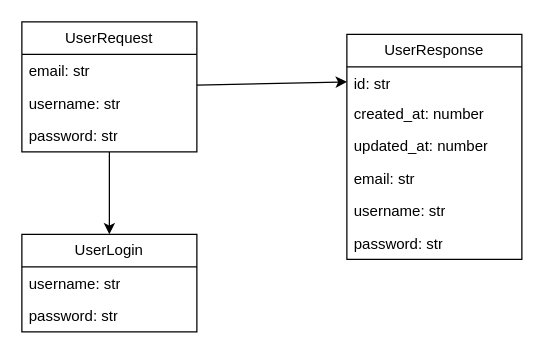
The draw.io diagram docs/api.drawio in yoshtempest/manhwa-library, before the edit. Source tidied: cells renumbered, new cells numbered last; positions are measured from the earlier drawing's top-left corner, leaving out a move shared by most shapes. Both pictures are drawn from the tidied source at 125%, with x=0, y=0 at pixel (21, 21).
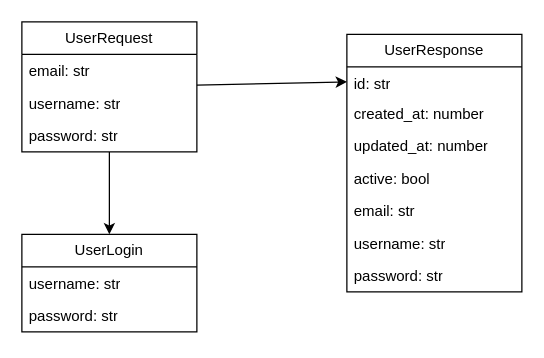
After the change.

Commit message (it also covers changes not shown here):
new: Commenting about the code and drawing the api

The edit, as a diff of the source:
```diff
@@
 <mxGraphModel>
   <root>
     <mxCell id="0" />
     <mxCell id="1" parent="0" />
     <mxCell id="2" style="edgeStyle=none;html=1;" parent="1" edge="1" source="4" target="15">
       <mxGeometry relative="1" as="geometry" />
     </mxCell>
     <mxCell id="3" style="edgeStyle=none;html=1;entryX=0;entryY=0.5;entryDx=0;entryDy=0;" parent="1" edge="1" source="4" target="9">
       <mxGeometry relative="1" as="geometry" />
     </mxCell>
     <mxCell id="4" value="UserRequest" style="swimlane;fontStyle=0;horizontal=1;startSize=26;fillColor=none;whiteSpace=wrap;html=1;" parent="1" vertex="1">
       <mxGeometry width="140" height="104" as="geometry" />
     </mxCell>
     <mxCell id="5" value="email: str" style="text;strokeColor=none;fillColor=none;align=left;verticalAlign=top;spacingLeft=4;spacingRight=4;overflow=hidden;whiteSpace=wrap;html=1;" parent="4" vertex="1">
       <mxGeometry y="26" width="140" height="26" as="geometry" />
     </mxCell>
     <mxCell id="6" value="username: str" style="text;strokeColor=none;fillColor=none;align=left;verticalAlign=top;spacingLeft=4;spacingRight=4;overflow=hidden;whiteSpace=wrap;html=1;" parent="4" vertex="1">
       <mxGeometry y="52" width="140" height="26" as="geometry" />
     </mxCell>
     <mxCell id="7" value="password: str" style="text;strokeColor=none;fillColor=none;align=left;verticalAlign=top;spacingLeft=4;spacingRight=4;overflow=hidden;whiteSpace=wrap;html=1;" parent="4" vertex="1">
       <mxGeometry y="78" width="140" height="26" as="geometry" />
     </mxCell>
     <mxCell id="8" value="UserResponse" style="swimlane;fontStyle=0;horizontal=1;startSize=26;fillColor=none;whiteSpace=wrap;html=1;" parent="1" vertex="1">
-      <mxGeometry x="260" y="10" width="140" height="180" as="geometry" />
+      <mxGeometry x="260" y="10" width="140" height="206" as="geometry" />
     </mxCell>
     <mxCell id="9" value="id: str" style="text;strokeColor=none;fillColor=none;align=left;verticalAlign=top;spacingLeft=4;spacingRight=4;overflow=hidden;points=[[0,0.5],[1,0.5]];portConstraint=eastwest;whiteSpace=wrap;html=1;" parent="8" vertex="1">
       <mxGeometry y="26" width="140" height="24" as="geometry" />
     </mxCell>
     <mxCell id="10" value="created_at: number" style="text;strokeColor=none;fillColor=none;align=left;verticalAlign=top;spacingLeft=4;spacingRight=4;overflow=hidden;whiteSpace=wrap;html=1;" parent="8" vertex="1">
       <mxGeometry y="50" width="140" height="26" as="geometry" />
     </mxCell>
     <mxCell id="11" value="updated_at: number" style="text;strokeColor=none;fillColor=none;align=left;verticalAlign=top;spacingLeft=4;spacingRight=4;overflow=hidden;whiteSpace=wrap;html=1;" parent="8" vertex="1">
       <mxGeometry y="76" width="140" height="26" as="geometry" />
     </mxCell>
+    <mxCell id="18" value="active: bool" style="text;strokeColor=none;fillColor=none;align=left;verticalAlign=top;spacingLeft=4;spacingRight=4;overflow=hidden;whiteSpace=wrap;html=1;" parent="8" vertex="1">
+      <mxGeometry y="102" width="140" height="26" as="geometry" />
+    </mxCell>
     <mxCell id="12" value="email: str" style="text;strokeColor=none;fillColor=none;align=left;verticalAlign=top;spacingLeft=4;spacingRight=4;overflow=hidden;whiteSpace=wrap;html=1;" parent="8" vertex="1">
-      <mxGeometry y="102" width="140" height="26" as="geometry" />
+      <mxGeometry y="128" width="140" height="26" as="geometry" />
     </mxCell>
     <mxCell id="13" value="username: str" style="text;strokeColor=none;fillColor=none;align=left;verticalAlign=top;spacingLeft=4;spacingRight=4;overflow=hidden;whiteSpace=wrap;html=1;" parent="8" vertex="1">
-      <mxGeometry y="128" width="140" height="26" as="geometry" />
+      <mxGeometry y="154" width="140" height="26" as="geometry" />
     </mxCell>
     <mxCell id="14" value="password: str" style="text;strokeColor=none;fillColor=none;align=left;verticalAlign=top;spacingLeft=4;spacingRight=4;overflow=hidden;whiteSpace=wrap;html=1;" parent="8" vertex="1">
-      <mxGeometry y="154" width="140" height="26" as="geometry" />
+      <mxGeometry y="180" width="140" height="26" as="geometry" />
     </mxCell>
     <mxCell id="15" value="UserLogin" style="swimlane;fontStyle=0;horizontal=1;startSize=26;fillColor=none;whiteSpace=wrap;html=1;" parent="1" vertex="1">
       <mxGeometry y="170" width="140" height="78" as="geometry" />
     </mxCell>
     <mxCell id="16" value="username: str" style="text;strokeColor=none;fillColor=none;align=left;verticalAlign=top;spacingLeft=4;spacingRight=4;overflow=hidden;whiteSpace=wrap;html=1;" parent="15" vertex="1">
       <mxGeometry y="26" width="140" height="26" as="geometry" />
     </mxCell>
     <mxCell id="17" value="password: str" style="text;strokeColor=none;fillColor=none;align=left;verticalAlign=top;spacingLeft=4;spacingRight=4;overflow=hidden;whiteSpace=wrap;html=1;" parent="15" vertex="1">
       <mxGeometry y="52" width="140" height="26" as="geometry" />
     </mxCell>
   </root>
 </mxGraphModel>
```
